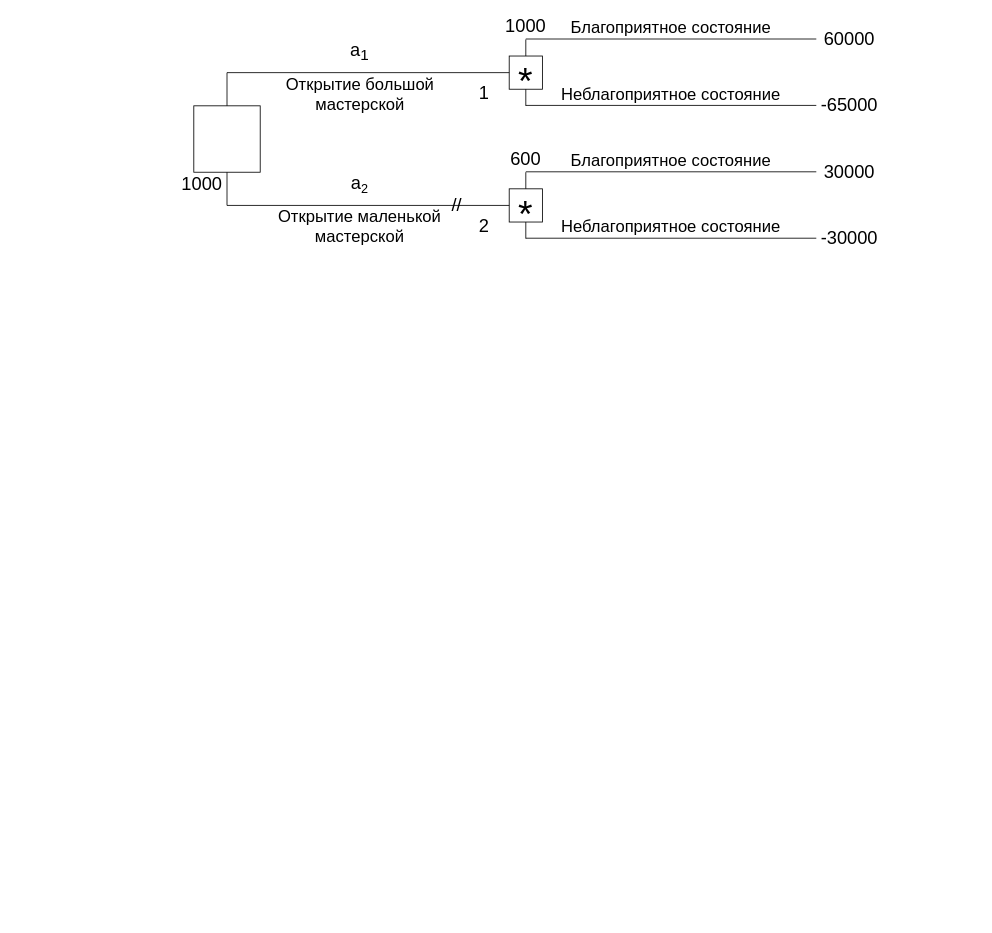
Above: Lab3 Zad2.drawio in dibovdmitry/Diagrams_TOAU (draw.io), before the change. Source tidied: cells renumbered, new cells numbered last; positions are measured from the earlier drawing's top-left corner, leaving out a move shared by most shapes. Both pictures are drawn from the tidied source at 83%, with x=0, y=0 at pixel (177, 14).
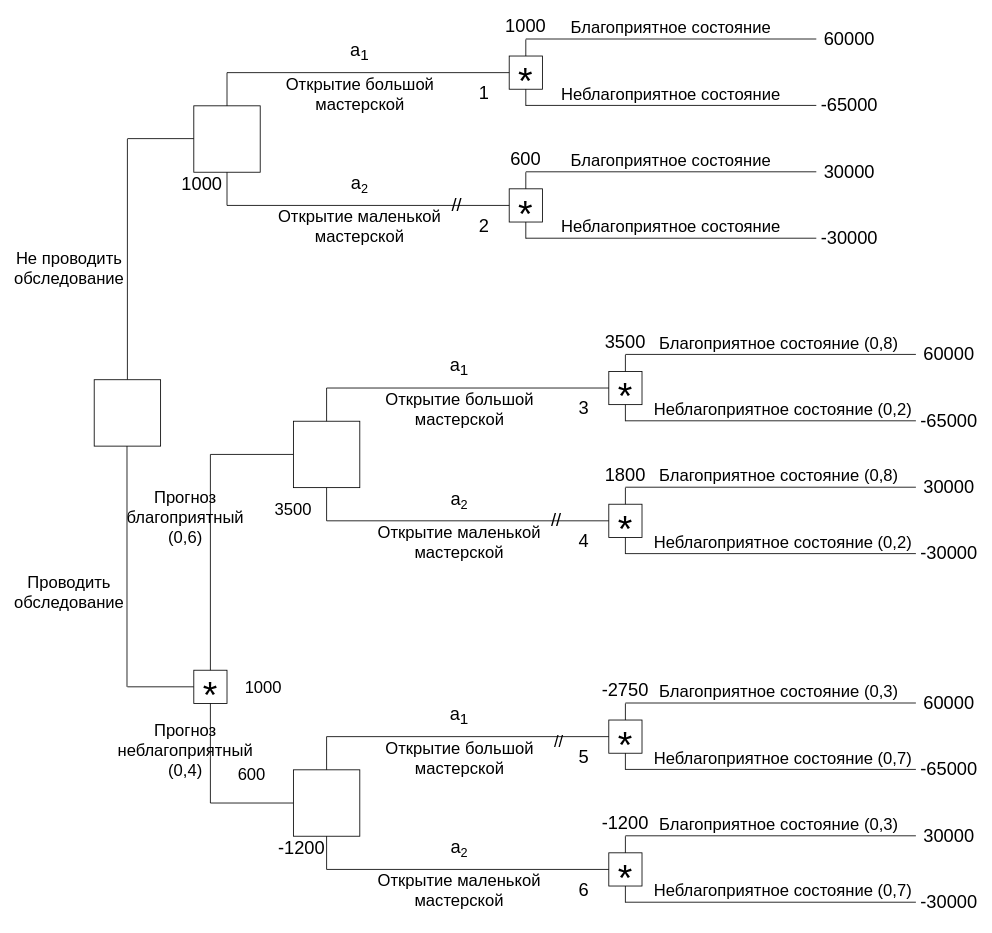
After the change.

What changed in the source:
```diff
@@
+    <mxCell id="37" style="endArrow=none;html=1;rounded=0;" parent="1" edge="1">
+      <mxGeometry relative="1" as="geometry">
+        <mxPoint x="-60" y="810" as="sourcePoint" />
+        <mxPoint x="20" y="810" as="targetPoint" />
+      </mxGeometry>
+    </mxCell>
+    <mxCell id="38" style="endArrow=none;html=1;rounded=0;" parent="1" edge="1">
+      <mxGeometry relative="1" as="geometry">
+        <mxPoint x="-60" y="440" as="sourcePoint" />
+        <mxPoint x="-60" y="150" as="targetPoint" />
+      </mxGeometry>
+    </mxCell>
+    <mxCell id="39" style="whiteSpace=wrap;html=1;" parent="1" vertex="1">
+      <mxGeometry x="-100" y="440" width="80" height="80" as="geometry" />
+    </mxCell>
+    <mxCell id="40" style="endArrow=none;html=1;rounded=0;" parent="1" edge="1">
+      <mxGeometry relative="1" as="geometry">
+        <mxPoint x="-60.5" y="810" as="sourcePoint" />
+        <mxPoint x="-60.5" y="520" as="targetPoint" />
+      </mxGeometry>
+    </mxCell>
+    <mxCell id="41" style="endArrow=none;html=1;rounded=0;" parent="1" edge="1">
+      <mxGeometry relative="1" as="geometry">
+        <mxPoint x="-60" y="149.5" as="sourcePoint" />
+        <mxPoint x="20" y="149.5" as="targetPoint" />
+      </mxGeometry>
+    </mxCell>
+    <mxCell id="42" style="whiteSpace=wrap;html=1;" parent="1" vertex="1">
+      <mxGeometry x="20" y="790" width="40" height="40" as="geometry" />
+    </mxCell>
+    <mxCell id="43" value="*" style="text;html=1;strokeColor=none;fillColor=none;align=center;verticalAlign=middle;whiteSpace=wrap;rounded=0;fontSize=45;" parent="1" vertex="1">
+      <mxGeometry x="10" y="800" width="60" height="40" as="geometry" />
+    </mxCell>
+    <mxCell id="44" style="endArrow=none;html=1;rounded=0;" parent="1" edge="1">
+      <mxGeometry relative="1" as="geometry">
+        <mxPoint x="40" y="790" as="sourcePoint" />
+        <mxPoint x="40" y="530" as="targetPoint" />
+      </mxGeometry>
+    </mxCell>
+    <mxCell id="45" value="&lt;span style=&quot;font-size: 20px;&quot;&gt;Прогноз благоприятный (0,6)&lt;/span&gt;" style="text;html=1;strokeColor=none;fillColor=none;align=center;verticalAlign=middle;whiteSpace=wrap;rounded=0;flipV=0;flipH=0;" parent="1" vertex="1">
+      <mxGeometry x="-20" y="580" width="60" height="50" as="geometry" />
+    </mxCell>
+    <mxCell id="46" style="endArrow=none;html=1;rounded=0;" parent="1" edge="1">
+      <mxGeometry relative="1" as="geometry">
+        <mxPoint x="40" y="530" as="sourcePoint" />
+        <mxPoint x="140" y="530" as="targetPoint" />
+      </mxGeometry>
+    </mxCell>
+    <mxCell id="47" style="whiteSpace=wrap;html=1;" parent="1" vertex="1">
+      <mxGeometry x="140" y="490" width="80" height="80" as="geometry" />
+    </mxCell>
+    <mxCell id="48" style="whiteSpace=wrap;html=1;fontSize=30;" parent="1" vertex="1">
+      <mxGeometry x="520" y="430" width="40" height="40" as="geometry" />
+    </mxCell>
+    <mxCell id="49" style="whiteSpace=wrap;html=1;" parent="1" vertex="1">
+      <mxGeometry x="520" y="590" width="40" height="40" as="geometry" />
+    </mxCell>
+    <mxCell id="50" style="endArrow=none;html=1;rounded=0;" parent="1" edge="1">
+      <mxGeometry relative="1" as="geometry">
+        <mxPoint x="180" y="490" as="sourcePoint" />
+        <mxPoint x="180" y="450" as="targetPoint" />
+      </mxGeometry>
+    </mxCell>
+    <mxCell id="51" style="endArrow=none;html=1;rounded=0;entryX=0;entryY=0.5;entryDx=0;entryDy=0;" parent="1" edge="1" target="48">
+      <mxGeometry relative="1" as="geometry">
+        <mxPoint x="180" y="450" as="sourcePoint" />
+      </mxGeometry>
+    </mxCell>
+    <mxCell id="52" style="endArrow=none;html=1;rounded=0;" parent="1" edge="1">
+      <mxGeometry relative="1" as="geometry">
+        <mxPoint x="180" y="610" as="sourcePoint" />
+        <mxPoint x="180" y="570" as="targetPoint" />
+      </mxGeometry>
+    </mxCell>
+    <mxCell id="53" style="endArrow=none;html=1;rounded=0;entryX=0;entryY=0.5;entryDx=0;entryDy=0;" parent="1" edge="1" target="49">
+      <mxGeometry relative="1" as="geometry">
+        <mxPoint x="180" y="610" as="sourcePoint" />
+      </mxGeometry>
+    </mxCell>
+    <mxCell id="54" style="endArrow=none;html=1;rounded=0;" parent="1" edge="1">
+      <mxGeometry relative="1" as="geometry">
+        <mxPoint x="540" y="409.5" as="sourcePoint" />
+        <mxPoint x="890" y="409.5" as="targetPoint" />
+      </mxGeometry>
+    </mxCell>
+    <mxCell id="55" style="endArrow=none;html=1;rounded=0;" parent="1" edge="1">
+      <mxGeometry relative="1" as="geometry">
+        <mxPoint x="540" y="489.5" as="sourcePoint" />
+        <mxPoint x="890" y="489.5" as="targetPoint" />
+      </mxGeometry>
+    </mxCell>
+    <mxCell id="56" style="endArrow=none;html=1;rounded=0;" parent="1" edge="1">
+      <mxGeometry relative="1" as="geometry">
+        <mxPoint x="540" y="569.5" as="sourcePoint" />
+        <mxPoint x="890" y="569.5" as="targetPoint" />
+      </mxGeometry>
+    </mxCell>
+    <mxCell id="57" style="endArrow=none;html=1;rounded=0;" parent="1" edge="1">
+      <mxGeometry relative="1" as="geometry">
+        <mxPoint x="540" y="649.5" as="sourcePoint" />
+        <mxPoint x="890" y="649.5" as="targetPoint" />
+      </mxGeometry>
+    </mxCell>
+    <mxCell id="58" style="endArrow=none;html=1;rounded=0;exitX=0.5;exitY=0;exitDx=0;exitDy=0;" parent="1" edge="1" source="49">
+      <mxGeometry relative="1" as="geometry">
+        <mxPoint x="540" y="570" as="targetPoint" />
+      </mxGeometry>
+    </mxCell>
+    <mxCell id="59" style="endArrow=none;html=1;rounded=0;exitX=0.5;exitY=1;exitDx=0;exitDy=0;" parent="1" edge="1" source="49">
+      <mxGeometry relative="1" as="geometry">
+        <mxPoint x="540" y="650" as="targetPoint" />
+      </mxGeometry>
+    </mxCell>
+    <mxCell id="60" style="endArrow=none;html=1;rounded=0;exitX=0.5;exitY=0;exitDx=0;exitDy=0;" parent="1" edge="1" source="48">
+      <mxGeometry relative="1" as="geometry">
+        <mxPoint x="540" y="410" as="targetPoint" />
+      </mxGeometry>
+    </mxCell>
+    <mxCell id="61" style="endArrow=none;html=1;rounded=0;exitX=0.5;exitY=1;exitDx=0;exitDy=0;" parent="1" edge="1" source="48">
+      <mxGeometry relative="1" as="geometry">
+        <mxPoint x="540" y="490" as="targetPoint" />
+      </mxGeometry>
+    </mxCell>
+    <mxCell id="62" value="&lt;span style=&quot;font-size: 20px;&quot;&gt;Благоприятное состояние (0,8)&lt;/span&gt;" style="text;html=1;strokeColor=none;fillColor=none;align=center;verticalAlign=middle;whiteSpace=wrap;rounded=0;" parent="1" vertex="1">
+      <mxGeometry x="580" y="380" width="290" height="30" as="geometry" />
+    </mxCell>
+    <mxCell id="63" value="&lt;span style=&quot;font-size: 20px;&quot;&gt;Благоприятное состояние (0,8)&lt;/span&gt;" style="text;html=1;strokeColor=none;fillColor=none;align=center;verticalAlign=middle;whiteSpace=wrap;rounded=0;" parent="1" vertex="1">
+      <mxGeometry x="580" y="540" width="290" height="30" as="geometry" />
+    </mxCell>
+    <mxCell id="64" value="&lt;span style=&quot;font-size: 20px;&quot;&gt;Неблагоприятное состояние (0,2)&lt;/span&gt;" style="text;html=1;strokeColor=none;fillColor=none;align=center;verticalAlign=middle;whiteSpace=wrap;rounded=0;" parent="1" vertex="1">
+      <mxGeometry x="570" y="460" width="320" height="30" as="geometry" />
+    </mxCell>
+    <mxCell id="65" value="&lt;span style=&quot;font-size: 20px;&quot;&gt;Неблагоприятное состояние (0,2)&lt;/span&gt;" style="text;html=1;strokeColor=none;fillColor=none;align=center;verticalAlign=middle;whiteSpace=wrap;rounded=0;" parent="1" vertex="1">
+      <mxGeometry x="570" y="620" width="320" height="30" as="geometry" />
+    </mxCell>
+    <mxCell id="66" value="&lt;span style=&quot;font-size: 20px;&quot;&gt;Открытие большой мастерской&lt;/span&gt;" style="text;html=1;strokeColor=none;fillColor=none;align=center;verticalAlign=middle;whiteSpace=wrap;rounded=0;fontSize=20;" parent="1" vertex="1">
+      <mxGeometry x="193.5" y="460" width="293" height="30" as="geometry" />
+    </mxCell>
+    <mxCell id="67" value="&lt;span style=&quot;font-size: 20px;&quot;&gt;Открытие маленькой мастерской&lt;/span&gt;" style="text;html=1;strokeColor=none;fillColor=none;align=center;verticalAlign=middle;whiteSpace=wrap;rounded=0;" parent="1" vertex="1">
+      <mxGeometry x="210" y="620" width="260" height="30" as="geometry" />
+    </mxCell>
+    <mxCell id="68" value="*" style="text;html=1;strokeColor=none;fillColor=none;align=center;verticalAlign=middle;whiteSpace=wrap;rounded=0;fontSize=45;" parent="1" vertex="1">
+      <mxGeometry x="510" y="440" width="60" height="40" as="geometry" />
+    </mxCell>
+    <mxCell id="69" value="*" style="text;html=1;strokeColor=none;fillColor=none;align=center;verticalAlign=middle;whiteSpace=wrap;rounded=0;fontSize=45;" parent="1" vertex="1">
+      <mxGeometry x="510" y="600" width="60" height="40" as="geometry" />
+    </mxCell>
+    <mxCell id="70" value="3" style="text;html=1;strokeColor=none;fillColor=none;align=center;verticalAlign=middle;whiteSpace=wrap;rounded=0;fontSize=22;" parent="1" vertex="1">
+      <mxGeometry x="460" y="460" width="60" height="30" as="geometry" />
+    </mxCell>
+    <mxCell id="71" value="4" style="text;html=1;strokeColor=none;fillColor=none;align=center;verticalAlign=middle;whiteSpace=wrap;rounded=0;fontSize=22;" parent="1" vertex="1">
+      <mxGeometry x="460" y="620" width="60" height="30" as="geometry" />
+    </mxCell>
+    <mxCell id="72" value="a&lt;sub&gt;1&lt;/sub&gt;" style="text;html=1;strokeColor=none;fillColor=none;align=center;verticalAlign=middle;whiteSpace=wrap;rounded=0;fontSize=22;" parent="1" vertex="1">
+      <mxGeometry x="310" y="410" width="60" height="30" as="geometry" />
+    </mxCell>
+    <mxCell id="73" value="a&lt;span style=&quot;font-size: 18.3333px;&quot;&gt;&lt;sub&gt;2&lt;/sub&gt;&lt;/span&gt;" style="text;html=1;strokeColor=none;fillColor=none;align=center;verticalAlign=middle;whiteSpace=wrap;rounded=0;fontSize=22;" parent="1" vertex="1">
+      <mxGeometry x="310" y="570" width="60" height="30" as="geometry" />
+    </mxCell>
+    <mxCell id="74" value="60000" style="text;html=1;strokeColor=none;fillColor=none;align=center;verticalAlign=middle;whiteSpace=wrap;rounded=0;fontSize=22;" parent="1" vertex="1">
+      <mxGeometry x="900" y="390" width="60" height="40" as="geometry" />
+    </mxCell>
+    <mxCell id="75" value="-65000" style="text;html=1;strokeColor=none;fillColor=none;align=center;verticalAlign=middle;whiteSpace=wrap;rounded=0;fontSize=22;" parent="1" vertex="1">
+      <mxGeometry x="900" y="470" width="60" height="40" as="geometry" />
+    </mxCell>
+    <mxCell id="76" value="30000" style="text;html=1;strokeColor=none;fillColor=none;align=center;verticalAlign=middle;whiteSpace=wrap;rounded=0;fontSize=22;" parent="1" vertex="1">
+      <mxGeometry x="900" y="550" width="60" height="40" as="geometry" />
+    </mxCell>
+    <mxCell id="77" value="-30000" style="text;html=1;strokeColor=none;fillColor=none;align=center;verticalAlign=middle;whiteSpace=wrap;rounded=0;fontSize=22;" parent="1" vertex="1">
+      <mxGeometry x="900" y="630" width="60" height="40" as="geometry" />
+    </mxCell>
+    <mxCell id="78" value="3500" style="text;html=1;strokeColor=none;fillColor=none;align=center;verticalAlign=middle;whiteSpace=wrap;rounded=0;fontSize=22;" parent="1" vertex="1">
+      <mxGeometry x="510" y="380" width="60" height="30" as="geometry" />
+    </mxCell>
+    <mxCell id="79" value="1800" style="text;html=1;strokeColor=none;fillColor=none;align=center;verticalAlign=middle;whiteSpace=wrap;rounded=0;fontSize=22;" parent="1" vertex="1">
+      <mxGeometry x="510" y="540" width="60" height="30" as="geometry" />
+    </mxCell>
+    <mxCell id="80" value="//" style="text;html=1;strokeColor=none;fillColor=none;align=center;verticalAlign=middle;whiteSpace=wrap;rounded=0;fontSize=22;" parent="1" vertex="1">
+      <mxGeometry x="426.5" y="595" width="60" height="30" as="geometry" />
+    </mxCell>
+    <mxCell id="81" style="endArrow=none;html=1;rounded=0;" parent="1" edge="1">
+      <mxGeometry relative="1" as="geometry">
+        <mxPoint x="40" y="950" as="sourcePoint" />
+        <mxPoint x="40" y="830" as="targetPoint" />
+      </mxGeometry>
+    </mxCell>
+    <mxCell id="82" style="endArrow=none;html=1;rounded=0;" parent="1" edge="1">
+      <mxGeometry relative="1" as="geometry">
+        <mxPoint x="40" y="950" as="sourcePoint" />
+        <mxPoint x="140" y="950" as="targetPoint" />
+      </mxGeometry>
+    </mxCell>
+    <mxCell id="83" style="whiteSpace=wrap;html=1;" parent="1" vertex="1">
+      <mxGeometry x="140" y="910" width="80" height="80" as="geometry" />
+    </mxCell>
+    <mxCell id="84" style="whiteSpace=wrap;html=1;fontSize=30;" parent="1" vertex="1">
+      <mxGeometry x="520" y="850" width="40" height="40" as="geometry" />
+    </mxCell>
+    <mxCell id="85" style="whiteSpace=wrap;html=1;" parent="1" vertex="1">
+      <mxGeometry x="520" y="1010" width="40" height="40" as="geometry" />
+    </mxCell>
+    <mxCell id="86" style="endArrow=none;html=1;rounded=0;" parent="1" edge="1">
+      <mxGeometry relative="1" as="geometry">
+        <mxPoint x="180" y="910" as="sourcePoint" />
+        <mxPoint x="180" y="870" as="targetPoint" />
+      </mxGeometry>
+    </mxCell>
+    <mxCell id="87" style="endArrow=none;html=1;rounded=0;entryX=0;entryY=0.5;entryDx=0;entryDy=0;" parent="1" edge="1" target="84">
+      <mxGeometry relative="1" as="geometry">
+        <mxPoint x="180" y="870" as="sourcePoint" />
+      </mxGeometry>
+    </mxCell>
+    <mxCell id="88" style="endArrow=none;html=1;rounded=0;" parent="1" edge="1">
+      <mxGeometry relative="1" as="geometry">
+        <mxPoint x="180" y="1030" as="sourcePoint" />
+        <mxPoint x="180" y="990" as="targetPoint" />
+      </mxGeometry>
+    </mxCell>
+    <mxCell id="89" style="endArrow=none;html=1;rounded=0;entryX=0;entryY=0.5;entryDx=0;entryDy=0;" parent="1" edge="1" target="85">
+      <mxGeometry relative="1" as="geometry">
+        <mxPoint x="180" y="1030" as="sourcePoint" />
+      </mxGeometry>
+    </mxCell>
+    <mxCell id="90" style="endArrow=none;html=1;rounded=0;" parent="1" edge="1">
+      <mxGeometry relative="1" as="geometry">
+        <mxPoint x="540" y="829.5" as="sourcePoint" />
+        <mxPoint x="890" y="829.5" as="targetPoint" />
+      </mxGeometry>
+    </mxCell>
+    <mxCell id="91" style="endArrow=none;html=1;rounded=0;" parent="1" edge="1">
+      <mxGeometry relative="1" as="geometry">
+        <mxPoint x="540" y="909.5" as="sourcePoint" />
+        <mxPoint x="890" y="909.5" as="targetPoint" />
+      </mxGeometry>
+    </mxCell>
+    <mxCell id="92" style="endArrow=none;html=1;rounded=0;" parent="1" edge="1">
+      <mxGeometry relative="1" as="geometry">
+        <mxPoint x="540" y="989.5" as="sourcePoint" />
+        <mxPoint x="890" y="989.5" as="targetPoint" />
+      </mxGeometry>
+    </mxCell>
+    <mxCell id="93" style="endArrow=none;html=1;rounded=0;" parent="1" edge="1">
+      <mxGeometry relative="1" as="geometry">
+        <mxPoint x="540" y="1069.5" as="sourcePoint" />
+        <mxPoint x="890" y="1069.5" as="targetPoint" />
+      </mxGeometry>
+    </mxCell>
+    <mxCell id="94" style="endArrow=none;html=1;rounded=0;exitX=0.5;exitY=0;exitDx=0;exitDy=0;" parent="1" edge="1" source="85">
+      <mxGeometry relative="1" as="geometry">
+        <mxPoint x="540" y="990" as="targetPoint" />
+      </mxGeometry>
+    </mxCell>
+    <mxCell id="95" style="endArrow=none;html=1;rounded=0;exitX=0.5;exitY=1;exitDx=0;exitDy=0;" parent="1" edge="1" source="85">
+      <mxGeometry relative="1" as="geometry">
+        <mxPoint x="540" y="1070" as="targetPoint" />
+      </mxGeometry>
+    </mxCell>
+    <mxCell id="96" style="endArrow=none;html=1;rounded=0;exitX=0.5;exitY=0;exitDx=0;exitDy=0;" parent="1" edge="1" source="84">
+      <mxGeometry relative="1" as="geometry">
+        <mxPoint x="540" y="830" as="targetPoint" />
+      </mxGeometry>
+    </mxCell>
+    <mxCell id="97" style="endArrow=none;html=1;rounded=0;exitX=0.5;exitY=1;exitDx=0;exitDy=0;" parent="1" edge="1" source="84">
+      <mxGeometry relative="1" as="geometry">
+        <mxPoint x="540" y="910" as="targetPoint" />
+      </mxGeometry>
+    </mxCell>
+    <mxCell id="98" value="&lt;span style=&quot;font-size: 20px;&quot;&gt;Благоприятное состояние (0,3)&lt;/span&gt;" style="text;html=1;strokeColor=none;fillColor=none;align=center;verticalAlign=middle;whiteSpace=wrap;rounded=0;" parent="1" vertex="1">
+      <mxGeometry x="580" y="800" width="290" height="30" as="geometry" />
+    </mxCell>
+    <mxCell id="99" value="&lt;span style=&quot;font-size: 20px;&quot;&gt;Благоприятное состояние (0,3)&lt;/span&gt;" style="text;html=1;strokeColor=none;fillColor=none;align=center;verticalAlign=middle;whiteSpace=wrap;rounded=0;" parent="1" vertex="1">
+      <mxGeometry x="580" y="960" width="290" height="30" as="geometry" />
+    </mxCell>
+    <mxCell id="100" value="&lt;span style=&quot;font-size: 20px;&quot;&gt;Неблагоприятное состояние (0,7)&lt;/span&gt;" style="text;html=1;strokeColor=none;fillColor=none;align=center;verticalAlign=middle;whiteSpace=wrap;rounded=0;" parent="1" vertex="1">
+      <mxGeometry x="570" y="880" width="320" height="30" as="geometry" />
+    </mxCell>
+    <mxCell id="101" value="&lt;span style=&quot;font-size: 20px;&quot;&gt;Неблагоприятное состояние (0,7)&lt;/span&gt;" style="text;html=1;strokeColor=none;fillColor=none;align=center;verticalAlign=middle;whiteSpace=wrap;rounded=0;" parent="1" vertex="1">
+      <mxGeometry x="570" y="1040" width="320" height="30" as="geometry" />
+    </mxCell>
+    <mxCell id="102" value="&lt;span style=&quot;font-size: 20px;&quot;&gt;Открытие большой мастерской&lt;/span&gt;" style="text;html=1;strokeColor=none;fillColor=none;align=center;verticalAlign=middle;whiteSpace=wrap;rounded=0;fontSize=20;" parent="1" vertex="1">
+      <mxGeometry x="193.5" y="880" width="293" height="30" as="geometry" />
+    </mxCell>
+    <mxCell id="103" value="&lt;span style=&quot;font-size: 20px;&quot;&gt;Открытие маленькой мастерской&lt;/span&gt;" style="text;html=1;strokeColor=none;fillColor=none;align=center;verticalAlign=middle;whiteSpace=wrap;rounded=0;" parent="1" vertex="1">
+      <mxGeometry x="210" y="1040" width="260" height="30" as="geometry" />
+    </mxCell>
+    <mxCell id="104" value="*" style="text;html=1;strokeColor=none;fillColor=none;align=center;verticalAlign=middle;whiteSpace=wrap;rounded=0;fontSize=45;" parent="1" vertex="1">
+      <mxGeometry x="510" y="860" width="60" height="40" as="geometry" />
+    </mxCell>
+    <mxCell id="105" value="*" style="text;html=1;strokeColor=none;fillColor=none;align=center;verticalAlign=middle;whiteSpace=wrap;rounded=0;fontSize=45;" parent="1" vertex="1">
+      <mxGeometry x="510" y="1020" width="60" height="40" as="geometry" />
+    </mxCell>
+    <mxCell id="106" value="5" style="text;html=1;strokeColor=none;fillColor=none;align=center;verticalAlign=middle;whiteSpace=wrap;rounded=0;fontSize=22;" parent="1" vertex="1">
+      <mxGeometry x="460" y="880" width="60" height="30" as="geometry" />
+    </mxCell>
+    <mxCell id="107" value="6" style="text;html=1;strokeColor=none;fillColor=none;align=center;verticalAlign=middle;whiteSpace=wrap;rounded=0;fontSize=22;" parent="1" vertex="1">
+      <mxGeometry x="460" y="1040" width="60" height="30" as="geometry" />
+    </mxCell>
+    <mxCell id="108" value="a&lt;sub&gt;1&lt;/sub&gt;" style="text;html=1;strokeColor=none;fillColor=none;align=center;verticalAlign=middle;whiteSpace=wrap;rounded=0;fontSize=22;" parent="1" vertex="1">
+      <mxGeometry x="310" y="830" width="60" height="30" as="geometry" />
+    </mxCell>
+    <mxCell id="109" value="a&lt;span style=&quot;font-size: 18.3333px;&quot;&gt;&lt;sub&gt;2&lt;/sub&gt;&lt;/span&gt;" style="text;html=1;strokeColor=none;fillColor=none;align=center;verticalAlign=middle;whiteSpace=wrap;rounded=0;fontSize=22;" parent="1" vertex="1">
+      <mxGeometry x="310" y="990" width="60" height="30" as="geometry" />
+    </mxCell>
+    <mxCell id="110" value="60000" style="text;html=1;strokeColor=none;fillColor=none;align=center;verticalAlign=middle;whiteSpace=wrap;rounded=0;fontSize=22;" parent="1" vertex="1">
+      <mxGeometry x="900" y="810" width="60" height="40" as="geometry" />
+    </mxCell>
+    <mxCell id="111" value="-65000" style="text;html=1;strokeColor=none;fillColor=none;align=center;verticalAlign=middle;whiteSpace=wrap;rounded=0;fontSize=22;" parent="1" vertex="1">
+      <mxGeometry x="900" y="890" width="60" height="40" as="geometry" />
+    </mxCell>
+    <mxCell id="112" value="30000" style="text;html=1;strokeColor=none;fillColor=none;align=center;verticalAlign=middle;whiteSpace=wrap;rounded=0;fontSize=22;" parent="1" vertex="1">
+      <mxGeometry x="900" y="970" width="60" height="40" as="geometry" />
+    </mxCell>
+    <mxCell id="113" value="-30000" style="text;html=1;strokeColor=none;fillColor=none;align=center;verticalAlign=middle;whiteSpace=wrap;rounded=0;fontSize=22;" parent="1" vertex="1">
+      <mxGeometry x="900" y="1050" width="60" height="40" as="geometry" />
+    </mxCell>
+    <mxCell id="114" value="-1200" style="text;html=1;strokeColor=none;fillColor=none;align=center;verticalAlign=middle;whiteSpace=wrap;rounded=0;fontSize=22;" parent="1" vertex="1">
+      <mxGeometry x="120" y="990" width="60" height="30" as="geometry" />
+    </mxCell>
+    <mxCell id="115" value="-2750" style="text;html=1;strokeColor=none;fillColor=none;align=center;verticalAlign=middle;whiteSpace=wrap;rounded=0;fontSize=22;" parent="1" vertex="1">
+      <mxGeometry x="510" y="800" width="60" height="30" as="geometry" />
+    </mxCell>
+    <mxCell id="116" value="-1200" style="text;html=1;strokeColor=none;fillColor=none;align=center;verticalAlign=middle;whiteSpace=wrap;rounded=0;fontSize=22;" parent="1" vertex="1">
+      <mxGeometry x="510" y="960" width="60" height="30" as="geometry" />
+    </mxCell>
+    <mxCell id="117" value="&lt;font style=&quot;font-size: 20px;&quot;&gt;Не проводить обследование&lt;/font&gt;" style="text;html=1;strokeColor=none;fillColor=none;align=center;verticalAlign=middle;whiteSpace=wrap;rounded=0;" parent="1" vertex="1">
+      <mxGeometry x="-160" y="290" width="60" height="30" as="geometry" />
+    </mxCell>
+    <mxCell id="118" value="&lt;font style=&quot;font-size: 20px;&quot;&gt;Проводить обследование&lt;/font&gt;" style="text;html=1;strokeColor=none;fillColor=none;align=center;verticalAlign=middle;whiteSpace=wrap;rounded=0;" parent="1" vertex="1">
+      <mxGeometry x="-160" y="680" width="60" height="30" as="geometry" />
+    </mxCell>
+    <mxCell id="119" value="Прогноз неблагоприятный (0,4)" style="text;html=1;strokeColor=none;fillColor=none;align=center;verticalAlign=middle;whiteSpace=wrap;rounded=0;fontSize=20;" parent="1" vertex="1">
+      <mxGeometry x="-20" y="871" width="60" height="30" as="geometry" />
+    </mxCell>
+    <mxCell id="120" value="&lt;span style=&quot;font-size: 20px;&quot;&gt;//&lt;/span&gt;" style="text;html=1;strokeColor=none;fillColor=none;align=center;verticalAlign=middle;whiteSpace=wrap;rounded=0;" parent="1" vertex="1">
+      <mxGeometry x="430" y="860" width="60" height="30" as="geometry" />
+    </mxCell>
+    <mxCell id="121" value="1000" style="text;html=1;strokeColor=none;fillColor=none;align=center;verticalAlign=middle;whiteSpace=wrap;rounded=0;fontSize=20;" parent="1" vertex="1">
+      <mxGeometry x="73.5" y="795" width="60" height="30" as="geometry" />
+    </mxCell>
+    <mxCell id="122" value="3500" style="text;html=1;strokeColor=none;fillColor=none;align=center;verticalAlign=middle;whiteSpace=wrap;rounded=0;fontSize=20;" parent="1" vertex="1">
+      <mxGeometry x="110" y="580" width="60" height="30" as="geometry" />
+    </mxCell>
+    <mxCell id="123" value="600" style="text;html=1;strokeColor=none;fillColor=none;align=center;verticalAlign=middle;whiteSpace=wrap;rounded=0;fontSize=20;" parent="1" vertex="1">
+      <mxGeometry x="60" y="900" width="60" height="30" as="geometry" />
+    </mxCell>
```
